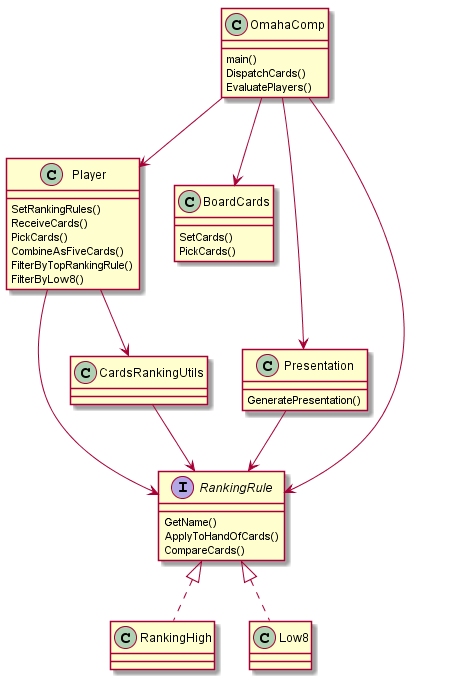
The PlantUML diagram doc/out/OmahaCompCD/OmahaHiLo_CD.png in JohayLee/OmahaHiLo, before a commit.
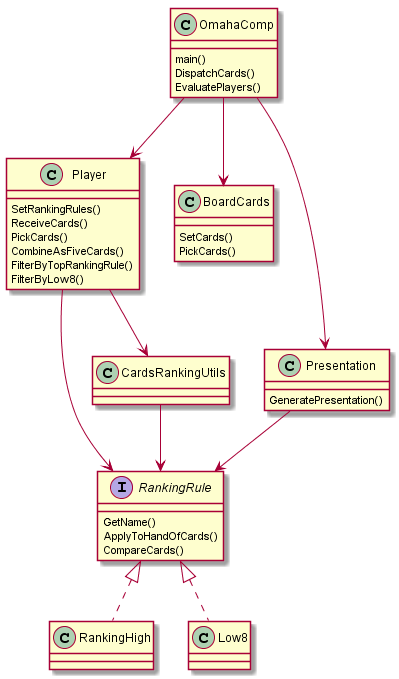
After the commit.

Commit message:
Minor update to the OmahaComp class diagram.

What changed in the source:
```diff
@@ -40,7 +40,6 @@
 OmahaComp-->Player
 OmahaComp-->BoardCards
 OmahaComp-->Presentation
-OmahaComp-->RankingRule
 Player-->RankingRule
 Presentation-->RankingRule
 CardsRankingUtils-->RankingRule
```
